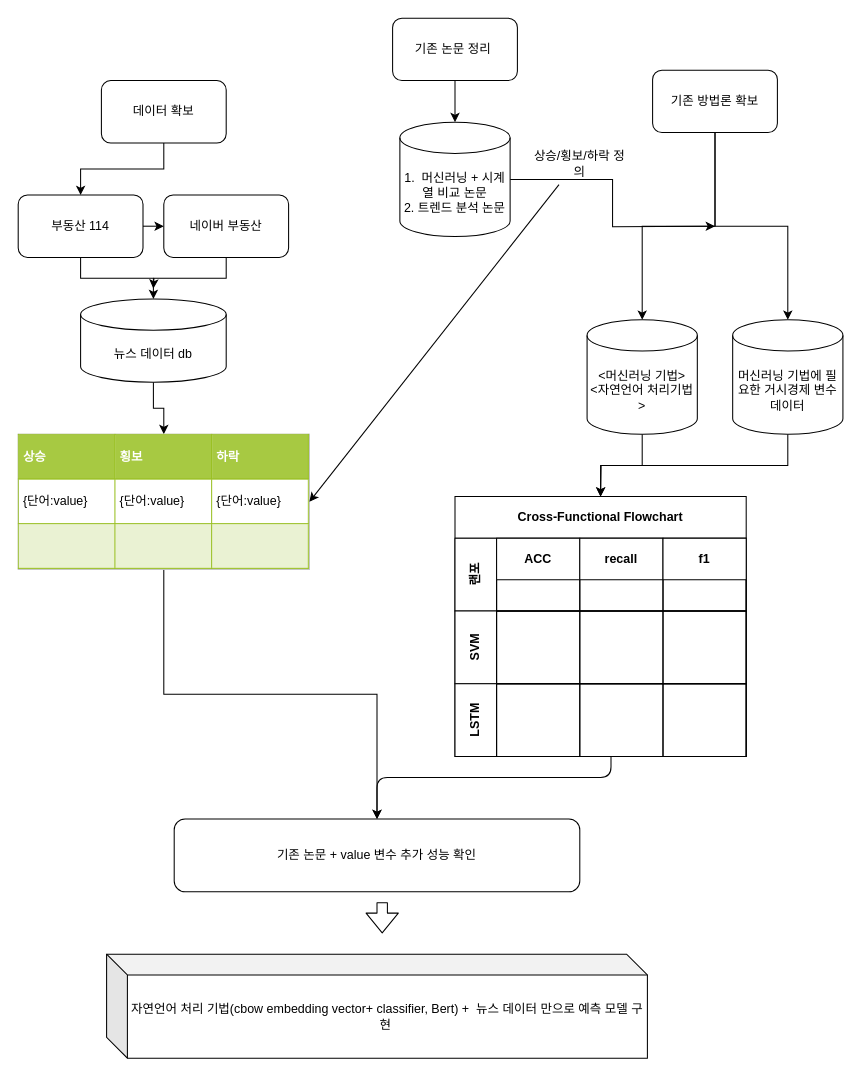
Above: Untitled Diagram.drawio in jinwooahnKHU/2021_1_real_estate_project (draw.io), before the change. Source tidied: cells renumbered, new cells numbered last; positions are measured from the earlier drawing's top-left corner, leaving out a move shared by most shapes. Both pictures are drawn from the tidied source at 104%, with x=0, y=0 at pixel (18, 18).
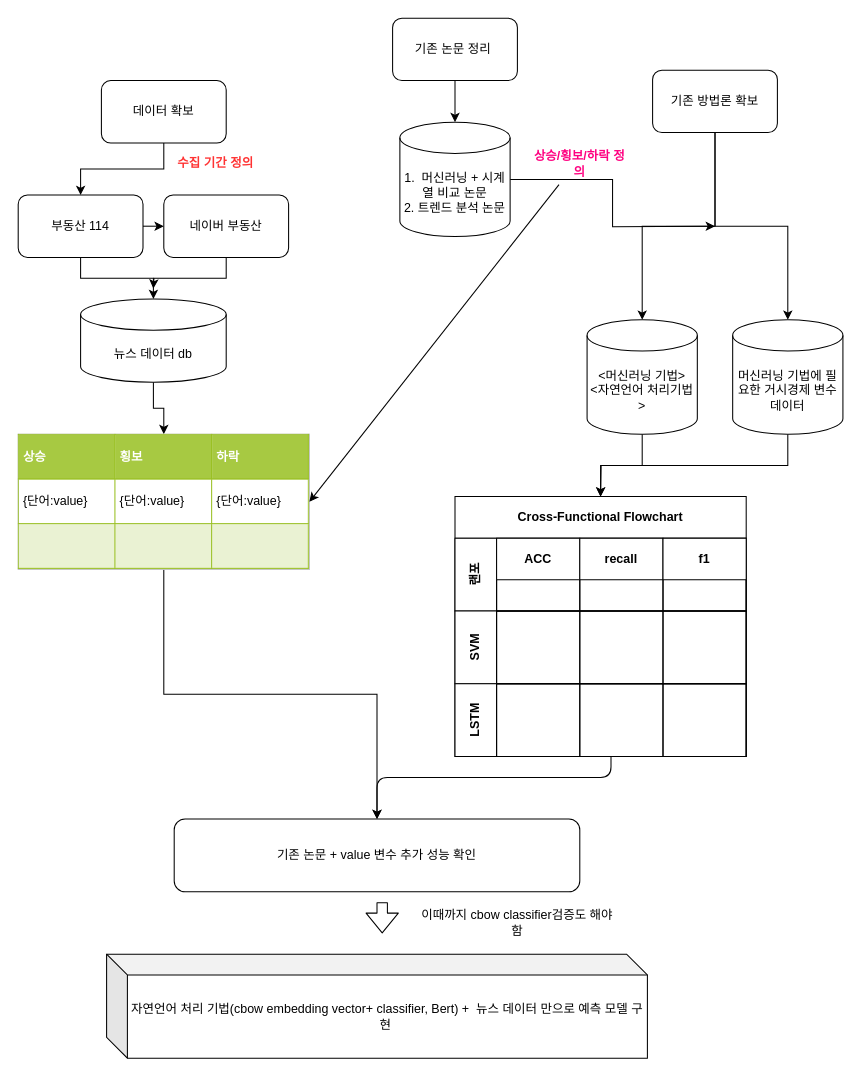
The same page after the edit.

The edit, as a diff of the source:
```diff
@@
-    <mxCell id="37" value="상승/횡보/하락 정의" style="text;html=1;strokeColor=none;fillColor=none;align=center;verticalAlign=middle;whiteSpace=wrap;rounded=0;" parent="1" vertex="1">
+    <mxCell id="37" value="&lt;b&gt;&lt;font color=&quot;#ff0080&quot;&gt;상승/횡보/하락 정의&lt;/font&gt;&lt;/b&gt;" style="text;html=1;strokeColor=none;fillColor=none;align=center;verticalAlign=middle;whiteSpace=wrap;rounded=0;" parent="1" vertex="1">
       <mxGeometry x="490" y="130" width="100" height="20" as="geometry" />
     </mxCell>
@@
+    <mxCell id="43" value="이때까지 cbow classifier검증도 해야 함" style="text;html=1;strokeColor=none;fillColor=none;align=center;verticalAlign=middle;whiteSpace=wrap;rounded=0;" parent="1" vertex="1">
+      <mxGeometry x="380" y="860" width="200" height="20" as="geometry" />
+    </mxCell>
+    <mxCell id="44" value="&lt;b&gt;&lt;font color=&quot;#ff3333&quot;&gt;수집 기간 정의&lt;/font&gt;&lt;/b&gt;" style="text;html=1;strokeColor=none;fillColor=none;align=center;verticalAlign=middle;whiteSpace=wrap;rounded=0;" parent="1" vertex="1">
+      <mxGeometry x="150" y="130" width="80" height="20" as="geometry" />
+    </mxCell>
```
